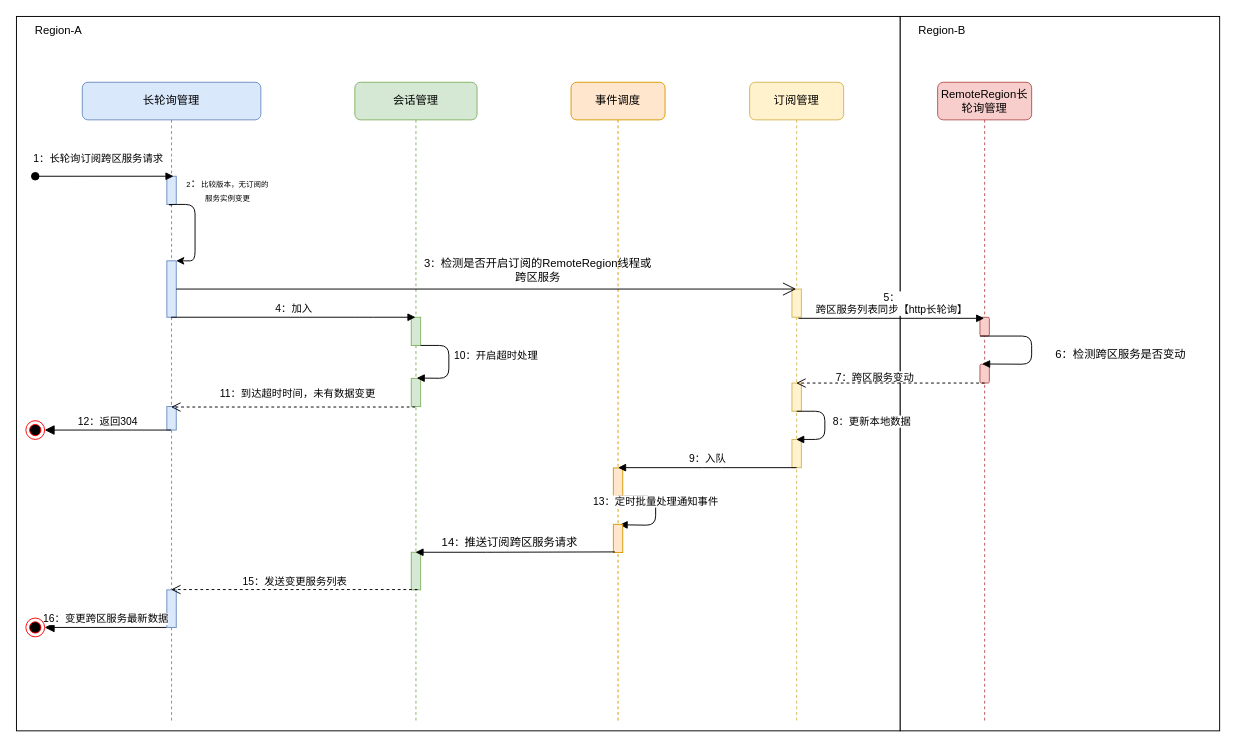
Above: 长轮询-期间发生变更.drawio in Gred01/study (draw.io), before the change. Source tidied: cells renumbered, new cells numbered last; positions are measured from the earlier drawing's top-left corner, leaving out a move shared by most shapes. Both pictures are drawn from the tidied source at 94%, with x=0, y=0 at pixel (16, 16).
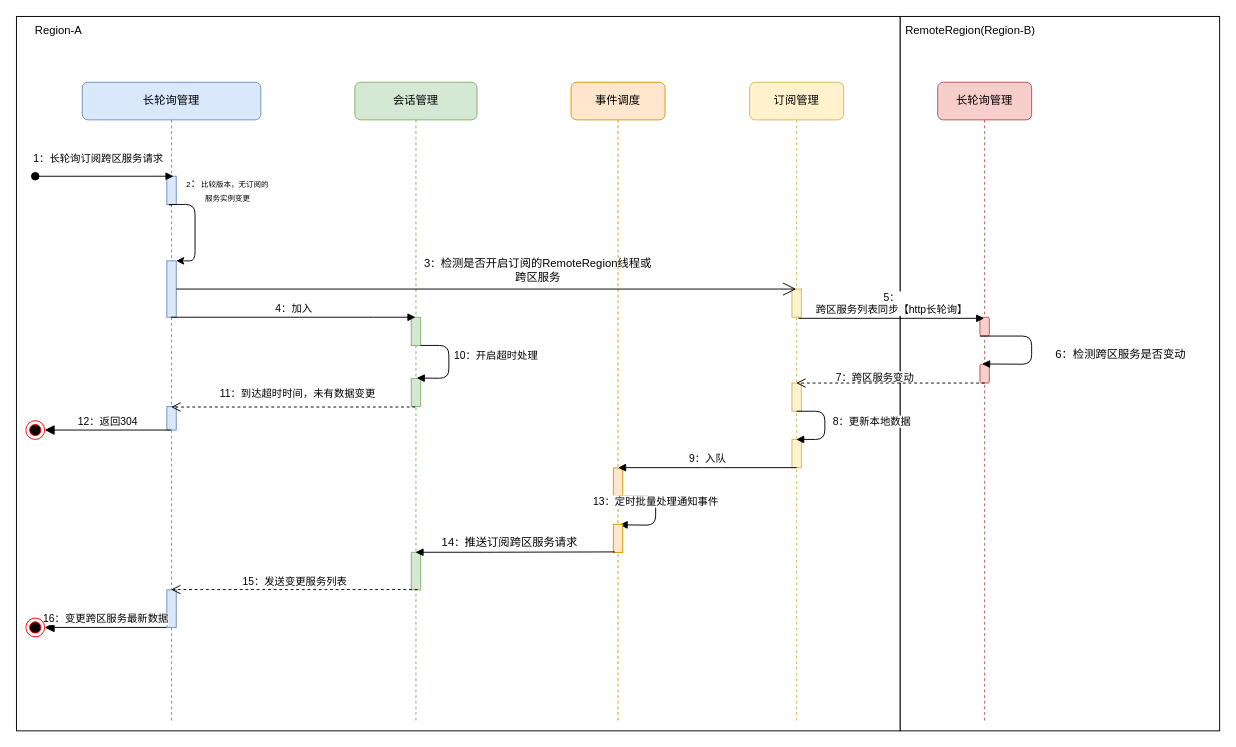
The same page after the edit.

Commit message:
Update 长轮询-期间发生变更.drawio

The edit, as a diff of the source:
```diff
@@
-    <mxCell id="39" value="RemoteRegion长轮询管理" style="shape=umlLifeline;perimeter=lifelinePerimeter;whiteSpace=wrap;html=1;outlineConnect=0;rounded=1;fillColor=#f8cecc;strokeColor=#b85450;" parent="1" vertex="1">
+    <mxCell id="39" value="长轮询管理" style="shape=umlLifeline;perimeter=lifelinePerimeter;whiteSpace=wrap;html=1;outlineConnect=0;rounded=1;fillColor=#f8cecc;strokeColor=#b85450;" parent="1" vertex="1">
       <mxGeometry x="980" y="70" width="100" height="680" as="geometry" />
     </mxCell>
@@
-    <mxCell id="47" value="Region-B" style="text;html=1;strokeColor=none;fillColor=none;align=center;verticalAlign=middle;whiteSpace=wrap;rounded=0;" parent="1" vertex="1">
-      <mxGeometry x="940" width="90" height="30" as="geometry" />
+    <mxCell id="47" value="RemoteRegion(Region-B)" style="text;html=1;strokeColor=none;fillColor=none;align=center;verticalAlign=middle;whiteSpace=wrap;rounded=0;" parent="1" vertex="1">
+      <mxGeometry x="940" width="150" height="30" as="geometry" />
     </mxCell>
```
